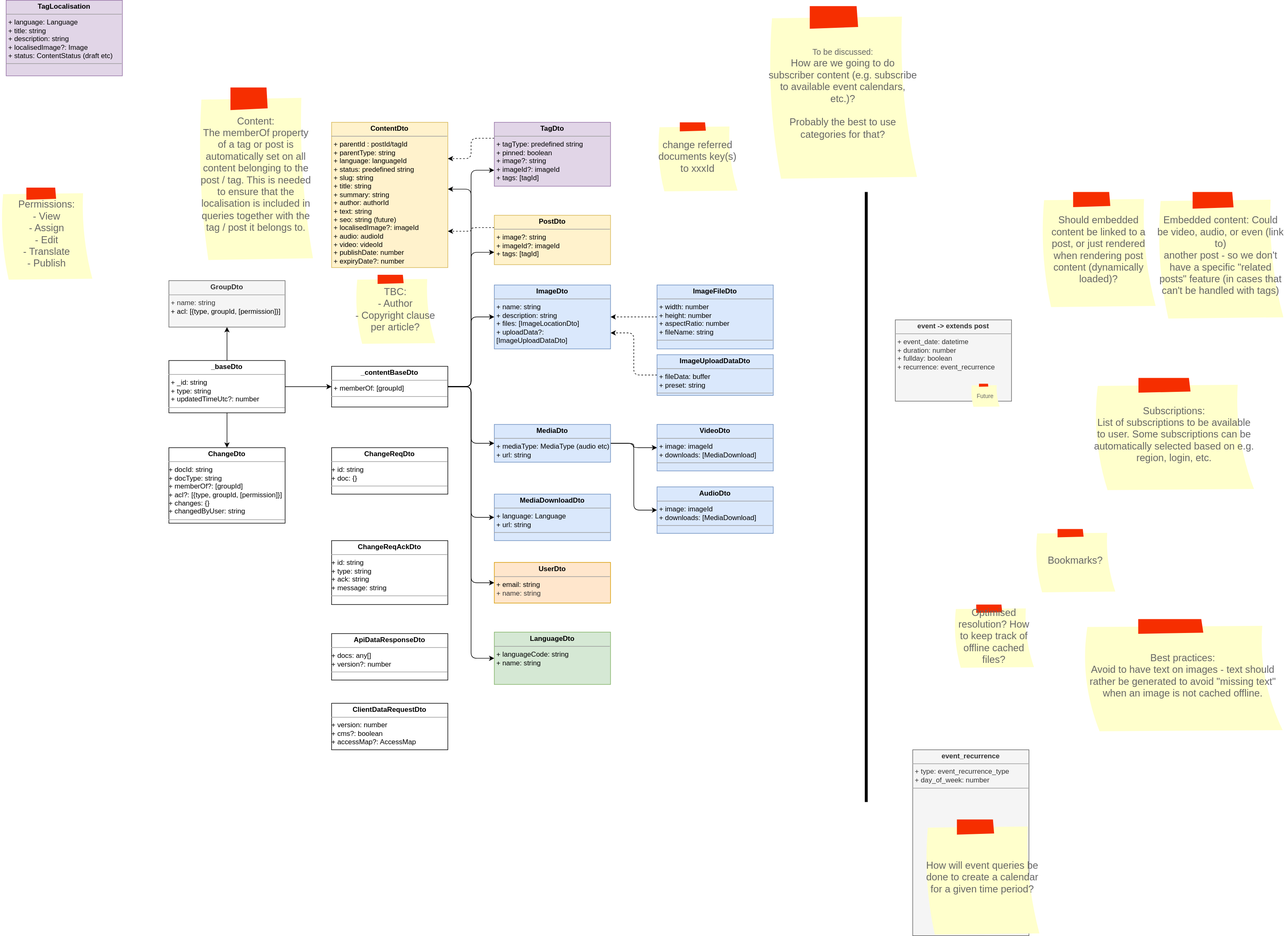
bccsa/luminary keeps this draw.io diagram as docs/datamodel.drawio.svg. Above is the earlier version. Source tidied: cells renumbered, new cells last; positions are measured from the earlier drawing's top-left corner, leaving out a move shared by most shapes.
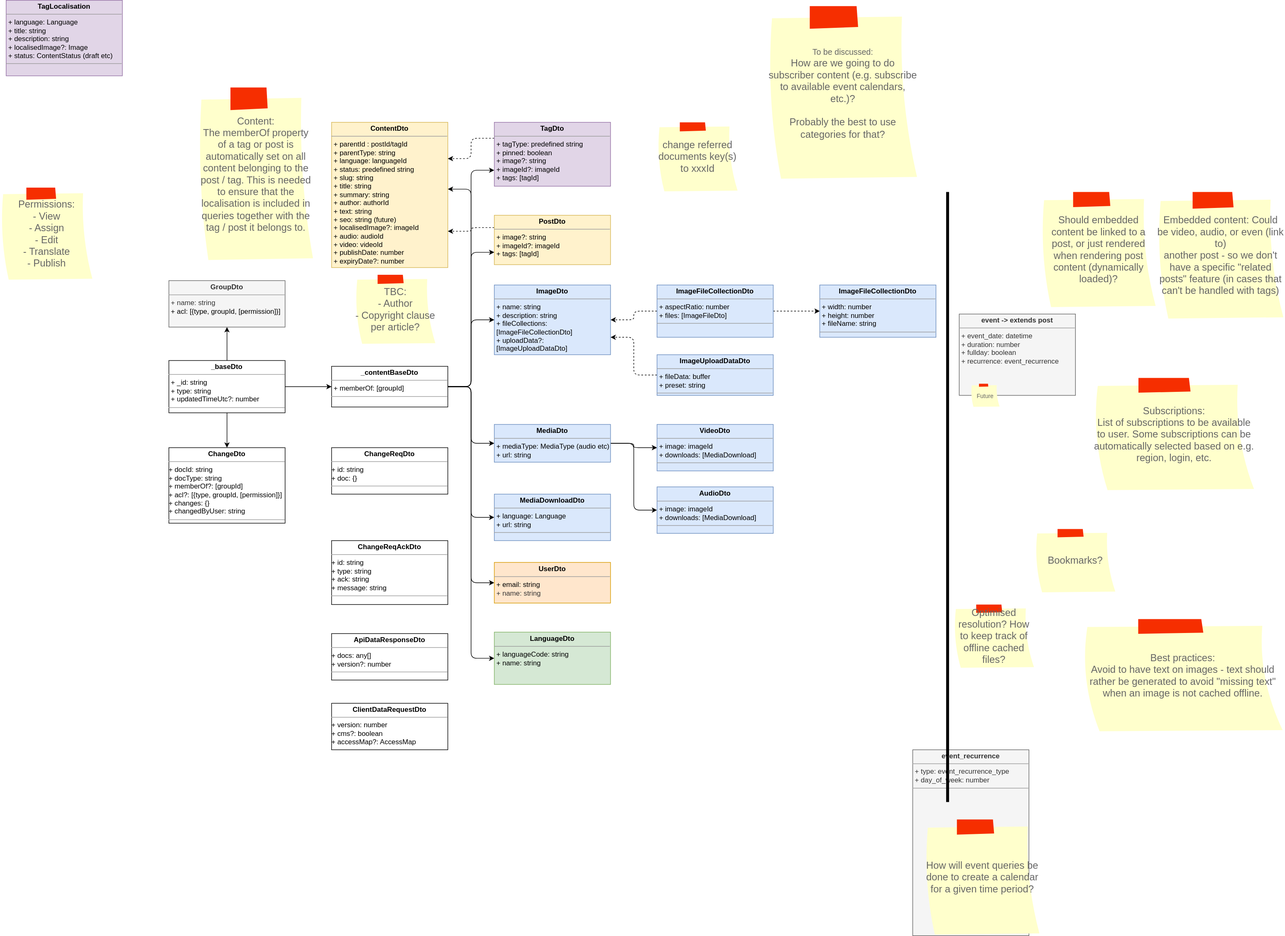
Later version of the same file.

Commit message:
Change ImageDto data model to incorporate image file collections for each uploaded and processed file

What changed in the source:
```diff
@@ -38,14 +38,14 @@
     <mxCell id="11" style="edgeStyle=orthogonalEdgeStyle;html=1;exitX=1;exitY=0.5;exitDx=0;exitDy=0;entryX=0;entryY=0.5;entryDx=0;entryDy=0;" parent="1" edge="1" source="42" target="32">
       <mxGeometry relative="1" as="geometry" />
     </mxCell>
-    <mxCell id="12" value="&lt;p style=&quot;margin:0px;margin-top:4px;text-align:center;&quot;&gt;&lt;b&gt;ImageDto&lt;/b&gt;&lt;/p&gt;&lt;hr size=&quot;1&quot;&gt;&lt;p style=&quot;margin:0px;margin-left:4px;&quot;&gt;+ name: string&lt;/p&gt;&lt;p style=&quot;margin:0px;margin-left:4px;&quot;&gt;+ description: string&lt;/p&gt;&lt;p style=&quot;margin:0px;margin-left:4px;&quot;&gt;+ files: [ImageLocationDto]&lt;/p&gt;&lt;p style=&quot;margin:0px;margin-left:4px;&quot;&gt;+ uploadData?: [ImageUploadDataDto]&lt;/p&gt;&lt;p style=&quot;margin:0px;margin-left:4px;&quot;&gt;&lt;br&gt;&lt;/p&gt;&lt;hr size=&quot;1&quot;&gt;&lt;p style=&quot;margin:0px;margin-left:4px;&quot;&gt;&lt;br&gt;&lt;/p&gt;" style="verticalAlign=top;align=left;overflow=fill;fontSize=12;fontFamily=Helvetica;html=1;whiteSpace=wrap;fillColor=#dae8fc;strokeColor=#6c8ebf;" parent="1" vertex="1">
-      <mxGeometry x="850" y="490" width="200" height="110" as="geometry" />
+    <mxCell id="12" value="&lt;p style=&quot;margin:0px;margin-top:4px;text-align:center;&quot;&gt;&lt;b&gt;ImageDto&lt;/b&gt;&lt;/p&gt;&lt;hr size=&quot;1&quot;&gt;&lt;p style=&quot;margin:0px;margin-left:4px;&quot;&gt;+ name: string&lt;/p&gt;&lt;p style=&quot;margin:0px;margin-left:4px;&quot;&gt;+ description: string&lt;/p&gt;&lt;p style=&quot;margin:0px;margin-left:4px;&quot;&gt;+ fileCollections: [ImageFileCollectionDto]&lt;/p&gt;&lt;p style=&quot;margin:0px;margin-left:4px;&quot;&gt;+ uploadData?: [ImageUploadDataDto]&lt;/p&gt;&lt;hr size=&quot;1&quot;&gt;&lt;p style=&quot;margin:0px;margin-left:4px;&quot;&gt;&lt;br&gt;&lt;/p&gt;" style="verticalAlign=top;align=left;overflow=fill;fontSize=12;fontFamily=Helvetica;html=1;whiteSpace=wrap;fillColor=#dae8fc;strokeColor=#6c8ebf;" parent="1" vertex="1">
+      <mxGeometry x="850" y="490" width="200" height="120" as="geometry" />
     </mxCell>
     <mxCell id="13" value="&lt;p style=&quot;margin:0px;margin-top:4px;text-align:center;&quot;&gt;&lt;b&gt;LanguageDto&lt;/b&gt;&lt;/p&gt;&lt;hr size=&quot;1&quot;&gt;&lt;p style=&quot;margin:0px;margin-left:4px;&quot;&gt;&lt;span style=&quot;background-color: initial;&quot;&gt;+ languageCode: string&lt;/span&gt;&lt;br&gt;&lt;/p&gt;&lt;p style=&quot;margin:0px;margin-left:4px;&quot;&gt;+ name: string&lt;/p&gt;" style="verticalAlign=top;align=left;overflow=fill;fontSize=12;fontFamily=Helvetica;html=1;whiteSpace=wrap;fillColor=#d5e8d4;strokeColor=#82b366;" parent="1" vertex="1">
       <mxGeometry x="850" y="1087.5" width="200" height="90" as="geometry" />
     </mxCell>
     <mxCell id="14" value="&lt;p style=&quot;margin:0px;margin-top:4px;text-align:center;&quot;&gt;&lt;b&gt;event -&amp;gt; extends post&lt;/b&gt;&lt;/p&gt;&lt;hr size=&quot;1&quot;&gt;&lt;p style=&quot;margin:0px;margin-left:4px;&quot;&gt;&lt;span style=&quot;background-color: initial;&quot;&gt;+ event_date: datetime&lt;/span&gt;&lt;br&gt;&lt;/p&gt;&lt;p style=&quot;margin:0px;margin-left:4px;&quot;&gt;&lt;span style=&quot;background-color: initial;&quot;&gt;+ duration: number&lt;/span&gt;&lt;/p&gt;&lt;p style=&quot;margin:0px;margin-left:4px;&quot;&gt;&lt;span style=&quot;background-color: initial;&quot;&gt;+ fullday: boolean&lt;/span&gt;&lt;/p&gt;&lt;p style=&quot;margin:0px;margin-left:4px;&quot;&gt;&lt;span style=&quot;background-color: initial;&quot;&gt;+ recurrence: event_recurrence&lt;/span&gt;&lt;/p&gt;" style="verticalAlign=top;align=left;overflow=fill;fontSize=12;fontFamily=Helvetica;html=1;whiteSpace=wrap;glass=0;fillColor=#f5f5f5;fontColor=#333333;strokeColor=#666666;" parent="1" vertex="1">
-      <mxGeometry x="1540" y="550" width="200" height="140" as="geometry" />
+      <mxGeometry x="1650" y="540" width="200" height="140" as="geometry" />
     </mxCell>
     <mxCell id="15" value="&lt;p style=&quot;margin:0px;margin-top:4px;text-align:center;&quot;&gt;&lt;b&gt;event_recurrence&lt;/b&gt;&lt;/p&gt;&lt;hr size=&quot;1&quot;&gt;&lt;p style=&quot;margin:0px;margin-left:4px;&quot;&gt;+ type: event_recurrence_type&lt;br&gt;&lt;/p&gt;&lt;p style=&quot;margin:0px;margin-left:4px;&quot;&gt;+ day_of_week: number&lt;/p&gt;&lt;hr size=&quot;1&quot;&gt;&lt;p style=&quot;margin:0px;margin-left:4px;&quot;&gt;&lt;br&gt;&lt;/p&gt;" style="verticalAlign=top;align=left;overflow=fill;fontSize=12;fontFamily=Helvetica;html=1;whiteSpace=wrap;fillColor=#f5f5f5;fontColor=#333333;strokeColor=#666666;" parent="1" vertex="1">
       <mxGeometry x="1570" y="1290" width="200" height="320" as="geometry" />
@@ -118,8 +118,8 @@
     </mxCell>
     <mxCell id="38" style="endArrow=none;html=1;fontSize=14;strokeWidth=5;" parent="1" edge="1">
       <mxGeometry relative="1" as="geometry">
-        <mxPoint x="1490" y="1380" as="sourcePoint" />
-        <mxPoint x="1490" y="330" as="targetPoint" />
+        <mxPoint x="1630" y="1380" as="sourcePoint" />
+        <mxPoint x="1630" y="330" as="targetPoint" />
       </mxGeometry>
     </mxCell>
     <mxCell id="39" value="Permissions:&lt;br&gt;- View&lt;br&gt;- Assign&lt;br&gt;- Edit&lt;br&gt;- Translate&lt;br&gt;- Publish" style="strokeWidth=1;shadow=0;dashed=0;align=center;html=1;shape=mxgraph.mockup.text.stickyNote2;fontColor=#666666;mainText=;fontSize=17;whiteSpace=wrap;fillColor=#ffffcc;strokeColor=#F62E00;" parent="1" vertex="1">
@@ -164,8 +164,11 @@
     <mxCell id="52" style="edgeStyle=orthogonalEdgeStyle;html=1;exitX=0;exitY=0.5;exitDx=0;exitDy=0;entryX=1;entryY=0.5;entryDx=0;entryDy=0;dashed=1;" parent="1" edge="1" source="53" target="12">
       <mxGeometry relative="1" as="geometry" />
     </mxCell>
+    <mxCell id="56" style="edgeStyle=orthogonalEdgeStyle;html=1;exitX=1;exitY=0.5;exitDx=0;exitDy=0;entryX=0;entryY=0.5;entryDx=0;entryDy=0;dashed=1;" parent="1" edge="1" source="53" target="57">
+      <mxGeometry relative="1" as="geometry" />
+    </mxCell>
-    <mxCell id="53" value="&lt;p style=&quot;margin:0px;margin-top:4px;text-align:center;&quot;&gt;&lt;b&gt;ImageFileDto&lt;/b&gt;&lt;/p&gt;&lt;hr size=&quot;1&quot;&gt;&lt;p style=&quot;margin:0px;margin-left:4px;&quot;&gt;+ width: number&lt;/p&gt;&lt;p style=&quot;margin:0px;margin-left:4px;&quot;&gt;+ height: number&lt;/p&gt;&lt;p style=&quot;margin:0px;margin-left:4px;&quot;&gt;+ aspectRatio: number&lt;/p&gt;&lt;p style=&quot;margin:0px;margin-left:4px;&quot;&gt;+ fileName: string&lt;/p&gt;&lt;hr size=&quot;1&quot;&gt;&lt;p style=&quot;margin:0px;margin-left:4px;&quot;&gt;&lt;br&gt;&lt;/p&gt;" style="verticalAlign=top;align=left;overflow=fill;fontSize=12;fontFamily=Helvetica;html=1;whiteSpace=wrap;fillColor=#dae8fc;strokeColor=#6c8ebf;" parent="1" vertex="1">
-      <mxGeometry x="1130" y="490" width="200" height="110" as="geometry" />
+    <mxCell id="53" value="&lt;p style=&quot;margin:0px;margin-top:4px;text-align:center;&quot;&gt;&lt;b&gt;ImageFileCollectionDto&lt;/b&gt;&lt;/p&gt;&lt;hr size=&quot;1&quot;&gt;&lt;p style=&quot;margin:0px;margin-left:4px;&quot;&gt;&lt;span style=&quot;background-color: initial;&quot;&gt;+ aspectRatio: number&lt;/span&gt;&lt;br&gt;&lt;/p&gt;&lt;p style=&quot;margin:0px;margin-left:4px;&quot;&gt;+ files: [ImageFileDto]&lt;/p&gt;&lt;hr size=&quot;1&quot;&gt;&lt;p style=&quot;margin:0px;margin-left:4px;&quot;&gt;&lt;br&gt;&lt;/p&gt;" style="verticalAlign=top;align=left;overflow=fill;fontSize=12;fontFamily=Helvetica;html=1;whiteSpace=wrap;fillColor=#dae8fc;strokeColor=#6c8ebf;" parent="1" vertex="1">
+      <mxGeometry x="1130" y="490" width="200" height="90" as="geometry" />
     </mxCell>
     <mxCell id="54" style="edgeStyle=orthogonalEdgeStyle;html=1;exitX=0;exitY=0.5;exitDx=0;exitDy=0;entryX=1;entryY=0.75;entryDx=0;entryDy=0;dashed=1;" parent="1" edge="1" source="55" target="12">
       <mxGeometry relative="1" as="geometry" />
@@ -173,5 +176,8 @@
     <mxCell id="55" value="&lt;p style=&quot;margin:0px;margin-top:4px;text-align:center;&quot;&gt;&lt;b&gt;ImageUploadDataDto&lt;/b&gt;&lt;/p&gt;&lt;hr size=&quot;1&quot;&gt;&lt;p style=&quot;margin:0px;margin-left:4px;&quot;&gt;+ fileData: buffer&lt;/p&gt;&lt;p style=&quot;margin:0px;margin-left:4px;&quot;&gt;+ preset: string&lt;br&gt;&lt;/p&gt;&lt;hr size=&quot;1&quot;&gt;&lt;p style=&quot;margin:0px;margin-left:4px;&quot;&gt;&lt;br&gt;&lt;/p&gt;" style="verticalAlign=top;align=left;overflow=fill;fontSize=12;fontFamily=Helvetica;html=1;whiteSpace=wrap;fillColor=#dae8fc;strokeColor=#6c8ebf;" parent="1" vertex="1">
       <mxGeometry x="1130" y="610" width="200" height="70" as="geometry" />
     </mxCell>
+    <mxCell id="57" value="&lt;p style=&quot;margin:0px;margin-top:4px;text-align:center;&quot;&gt;&lt;b&gt;ImageFileCollectionDto&lt;/b&gt;&lt;/p&gt;&lt;hr size=&quot;1&quot;&gt;&lt;p style=&quot;margin:0px;margin-left:4px;&quot;&gt;+ width: number&lt;/p&gt;&lt;p style=&quot;margin:0px;margin-left:4px;&quot;&gt;+ height: number&lt;/p&gt;&lt;p style=&quot;margin:0px;margin-left:4px;&quot;&gt;+ fileName: string&lt;/p&gt;&lt;hr size=&quot;1&quot;&gt;&lt;p style=&quot;margin:0px;margin-left:4px;&quot;&gt;&lt;br&gt;&lt;/p&gt;" style="verticalAlign=top;align=left;overflow=fill;fontSize=12;fontFamily=Helvetica;html=1;whiteSpace=wrap;fillColor=#dae8fc;strokeColor=#6c8ebf;" parent="1" vertex="1">
+      <mxGeometry x="1410" y="490" width="200" height="90" as="geometry" />
+    </mxCell>
   </root>
 </mxGraphModel>
```
